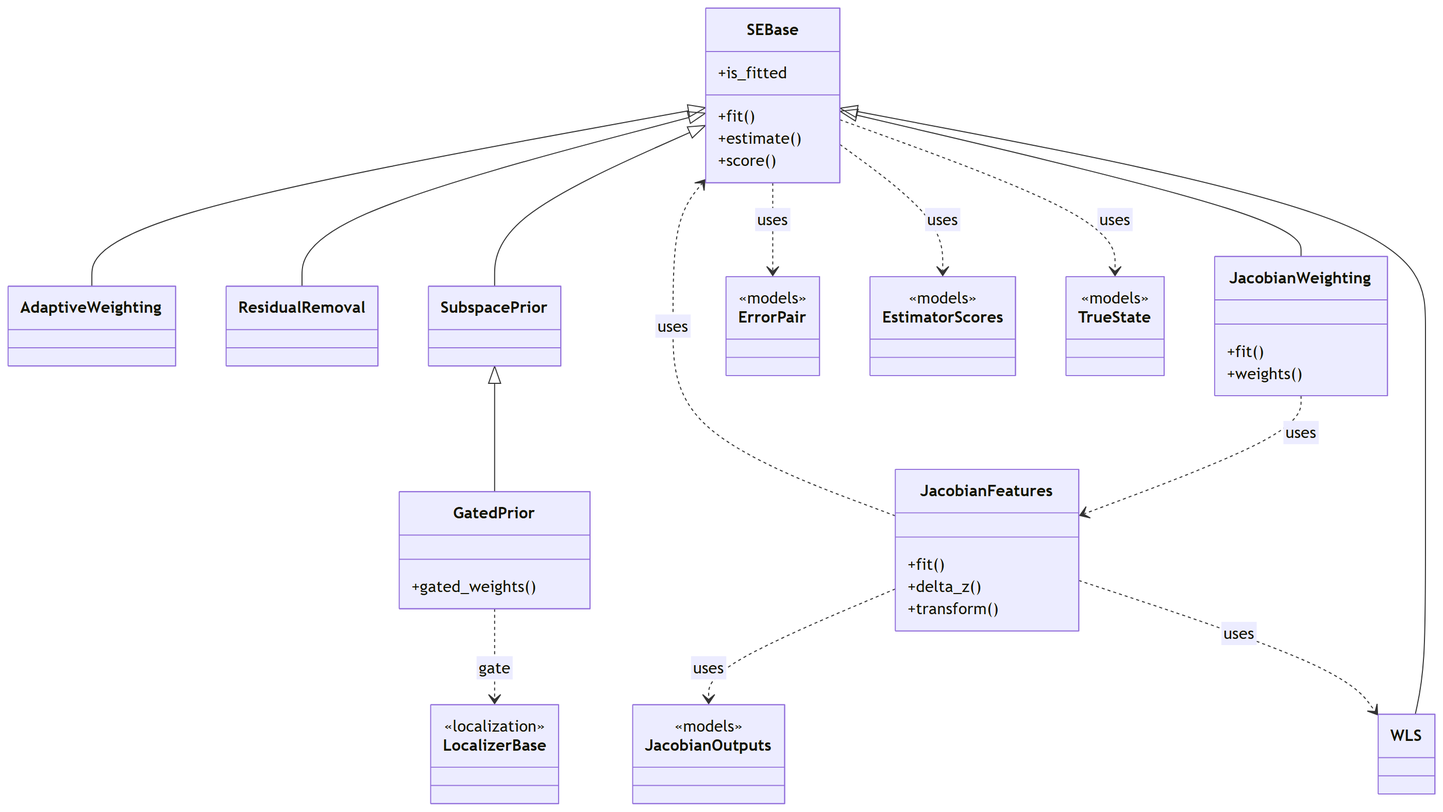
myersben9/fdia-graph keeps this Mermaid diagram as docs/figures/diagrams/classes_estimation.png. Above is the earlier version. Its source is kept beside it as docs/figures/diagrams/classes_estimation.mmd.
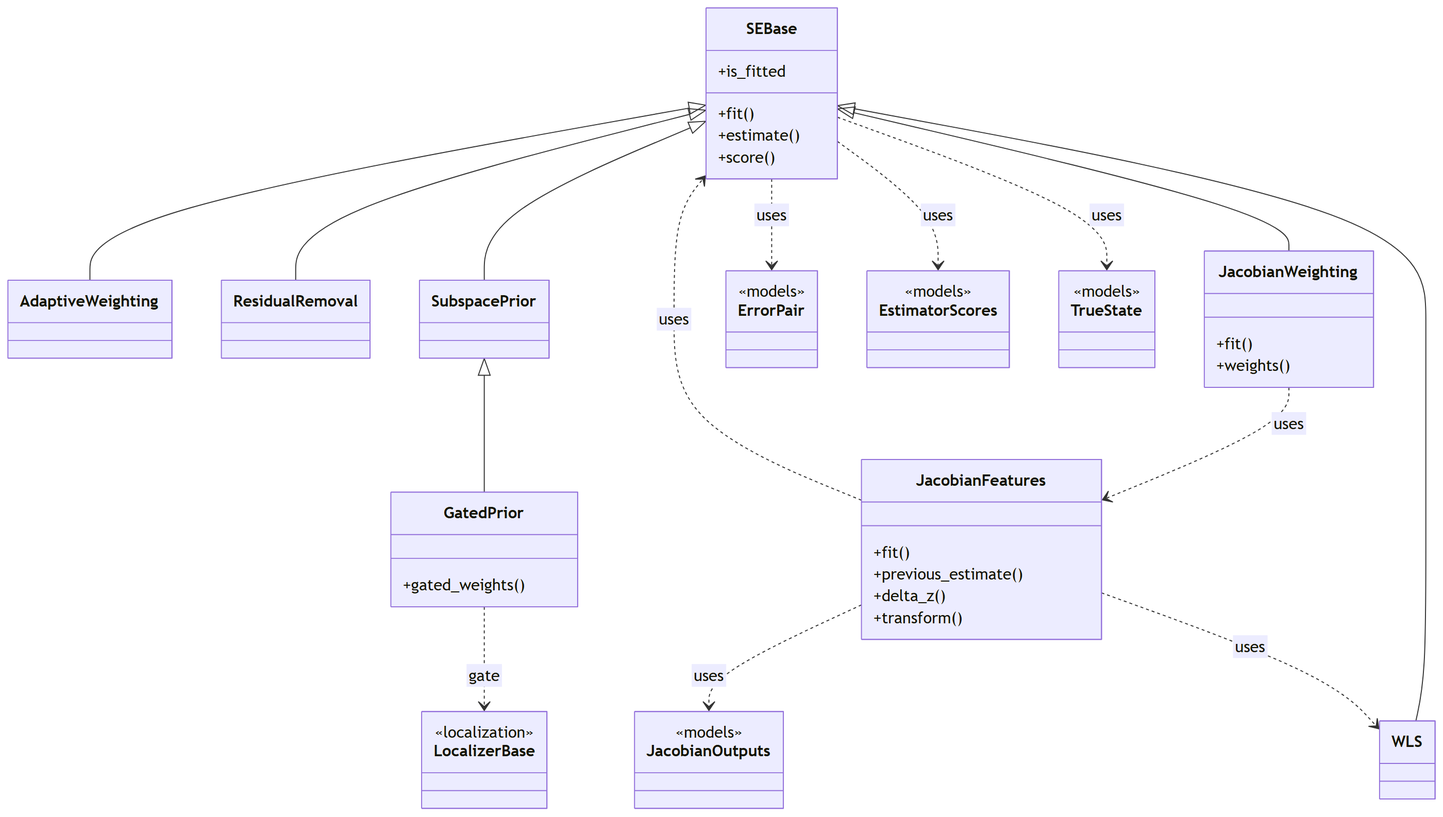
The same diagram one commit later.

Diff of the diagram source:
```diff
@@ -22,6 +22,7 @@
     }
     class JacobianFeatures {
         +fit()
+        +previous_estimate()
         +delta_z()
         +transform()
     }
```
